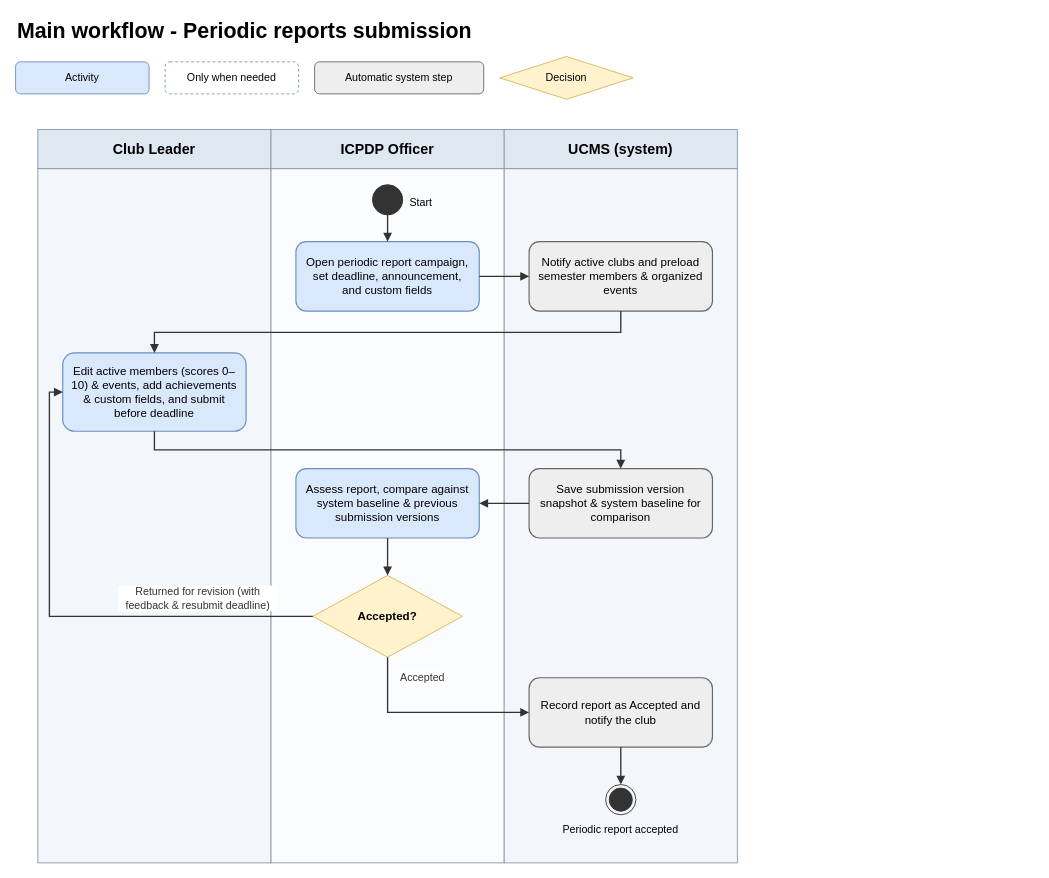
Before: page "03 Periodic reports submission" (3 of 7) of docs/03-diagrams/UCMS_Main_Workflow.drawio in nvdekay/ClubManagementSystem, a draw.io diagram. Source tidied: cells renumbered, new cells numbered last; positions are measured from the earlier drawing's top-left corner, leaving out a move shared by most shapes. Both pictures are drawn from the tidied source at 89%, with x=0, y=0 at pixel (15, 15).
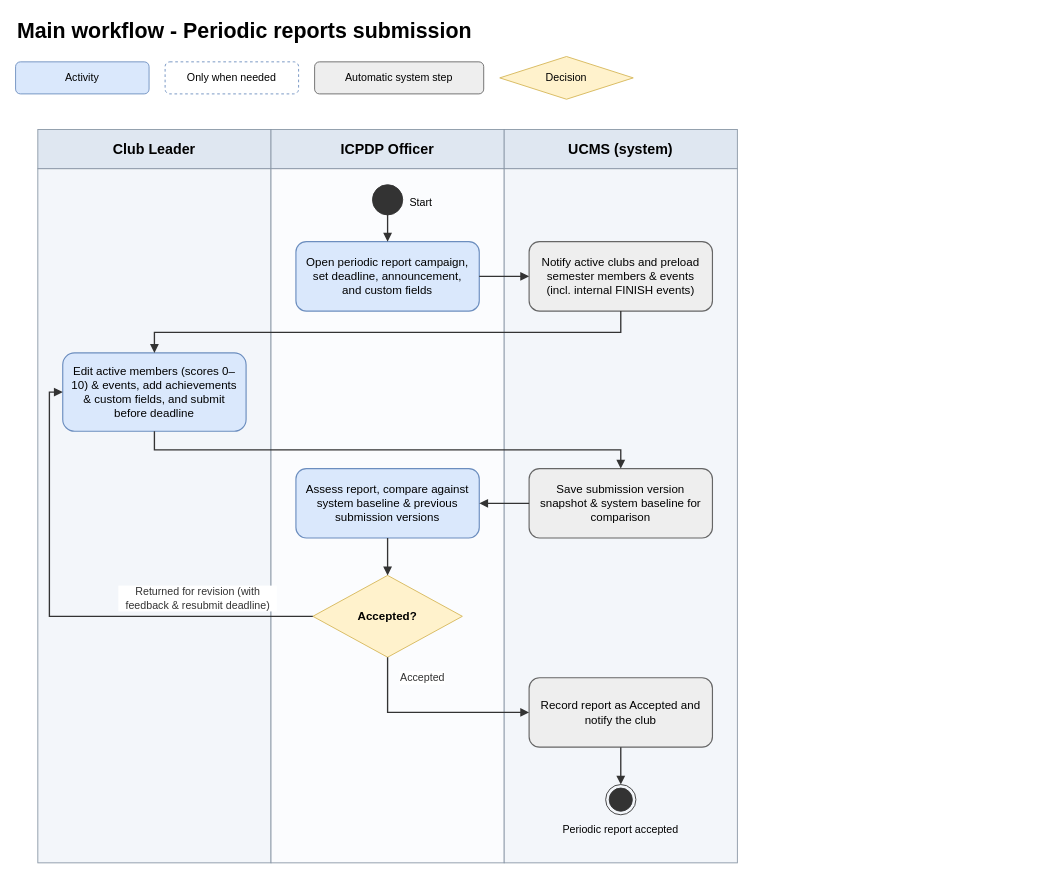
The same diagram, later.

Commit message (it also covers changes not shown here):
docs(diagrams): update event lifecycle and internal club event diagrams

Diff of the diagram source:
```diff
@@
-    <mxCell id="16" value="Notify active clubs and preload semester members &amp;amp; organized events" style="rounded=1;whiteSpace=wrap;html=1;fillColor=#eeeeee;strokeColor=#666666;fontSize=13;strokeWidth=1.3;spacing=10;" parent="1" vertex="1">
+    <mxCell id="16" value="Notify active clubs and preload semester members &amp;amp; events (incl. internal FINISH events)" style="rounded=1;whiteSpace=wrap;html=1;fillColor=#eeeeee;strokeColor=#666666;fontSize=13;strokeWidth=1.3;spacing=10;" parent="1" vertex="1">
       <mxGeometry x="577" y="254" width="206" height="78" as="geometry" />
     </mxCell>
```
